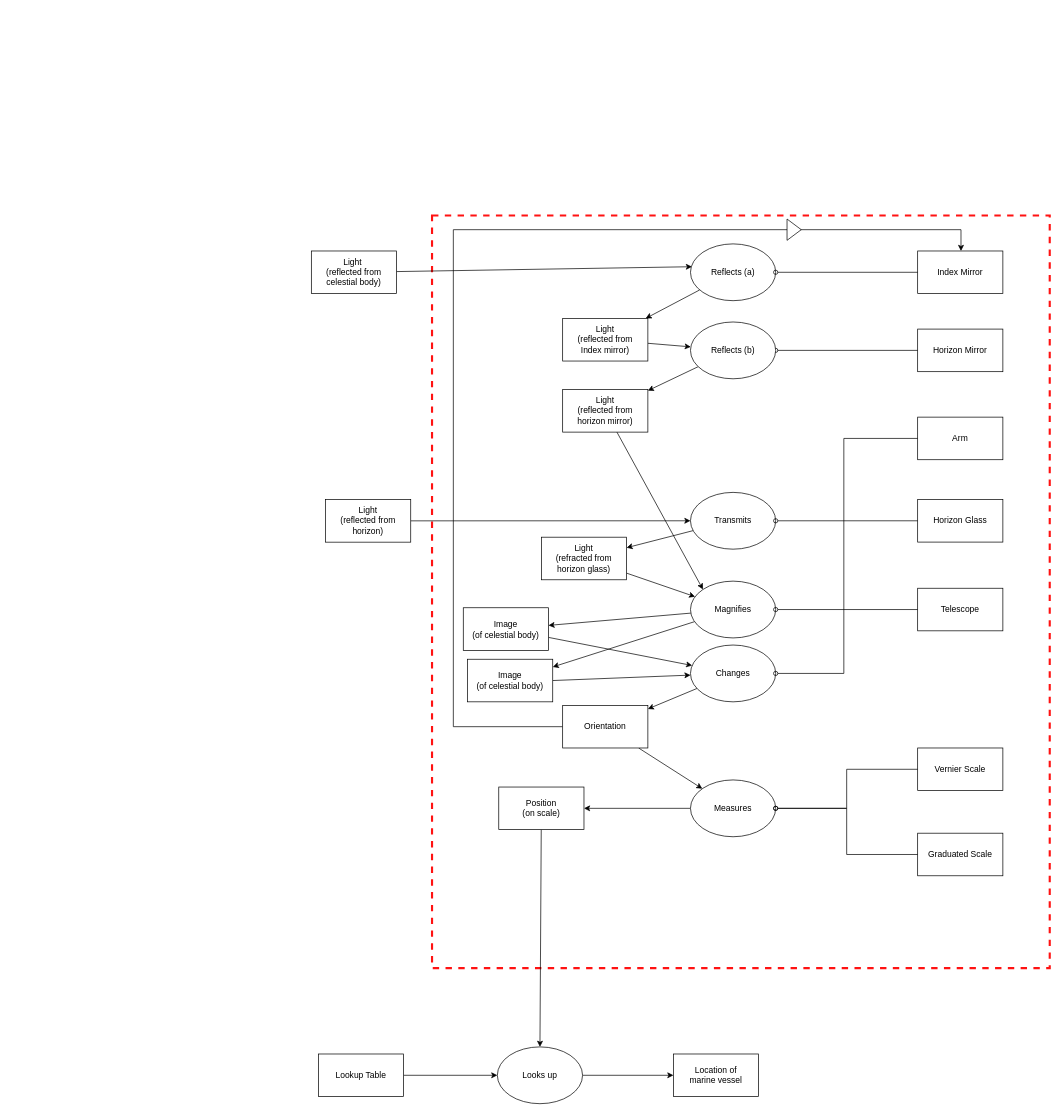
The draw.io diagram page "v2-messed-up" (1 of 3) of SDM/EM411-Sextant/value-pathway.drawio in akshitsingla/drawio-diagrams, before the edit. Source tidied: cells renumbered, new cells numbered last; positions are measured from the earlier drawing's top-left corner, leaving out a move shared by most shapes. Both pictures are drawn from the tidied source at 71%, with x=0, y=0 at pixel (311, 215).
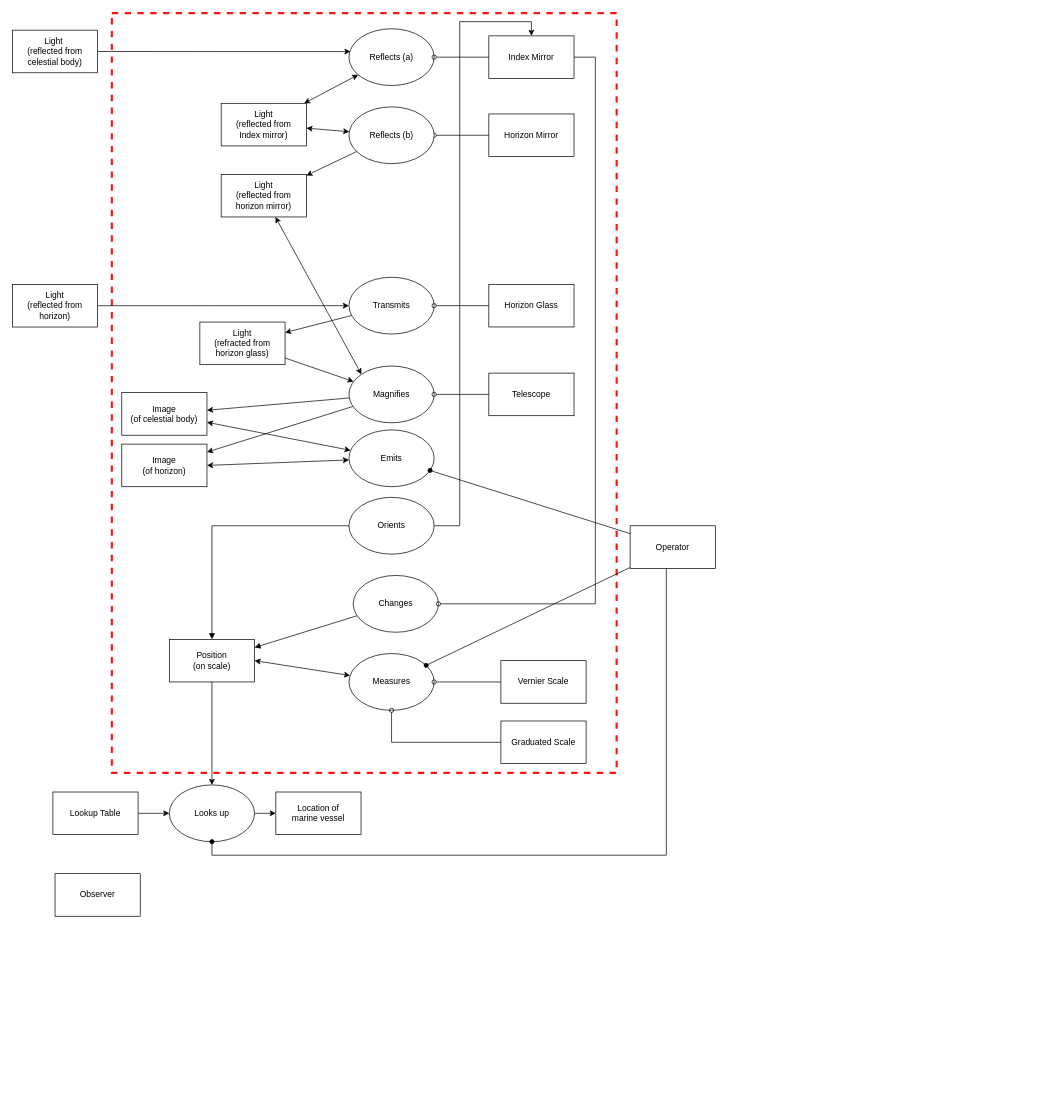
The same page after the edit.

What changed in the source:
```diff
@@
     <mxCell id="2" style="rounded=0;whiteSpace=wrap;html=1;fillColor=none;dashed=1;strokeColor=#FF1212;strokeWidth=3;" parent="1" vertex="1">
-      <mxGeometry x="170" width="870" height="1060" as="geometry" />
+      <mxGeometry x="-281" y="-285" width="711" height="1070" as="geometry" />
     </mxCell>
     <mxCell id="3" value="Index Mirror" style="rounded=0;whiteSpace=wrap;html=1;" parent="1" vertex="1">
-      <mxGeometry x="854" y="50" width="120" height="60" as="geometry" />
+      <mxGeometry x="250" y="-253" width="120" height="60" as="geometry" />
     </mxCell>
-    <mxCell id="4" value="Arm" style="rounded=0;whiteSpace=wrap;html=1;" parent="1" vertex="1">
-      <mxGeometry x="854" y="284" width="120" height="60" as="geometry" />
+    <mxCell id="4" value="Operator" style="rounded=0;whiteSpace=wrap;html=1;" parent="1" vertex="1">
+      <mxGeometry x="449" y="437" width="120" height="60" as="geometry" />
     </mxCell>
     <mxCell id="5" value="Horizon Mirror" style="rounded=0;whiteSpace=wrap;html=1;" parent="1" vertex="1">
-      <mxGeometry x="854" y="160" width="120" height="60" as="geometry" />
+      <mxGeometry x="250" y="-143" width="120" height="60" as="geometry" />
     </mxCell>
     <mxCell id="6" value="Horizon Glass" style="rounded=0;whiteSpace=wrap;html=1;" parent="1" vertex="1">
-      <mxGeometry x="854" y="400" width="120" height="60" as="geometry" />
+      <mxGeometry x="250" y="97" width="120" height="60" as="geometry" />
     </mxCell>
     <mxCell id="7" value="Telescope" style="rounded=0;whiteSpace=wrap;html=1;" parent="1" vertex="1">
-      <mxGeometry x="854" y="525" width="120" height="60" as="geometry" />
+      <mxGeometry x="250" y="222" width="120" height="60" as="geometry" />
     </mxCell>
     <mxCell id="8" value="Graduated Scale" style="rounded=0;whiteSpace=wrap;html=1;" parent="1" vertex="1">
-      <mxGeometry x="854" y="870" width="120" height="60" as="geometry" />
+      <mxGeometry x="267" y="712" width="120" height="60" as="geometry" />
     </mxCell>
     <mxCell id="9" value="Vernier Scale" style="rounded=0;whiteSpace=wrap;html=1;" parent="1" vertex="1">
-      <mxGeometry x="854" y="750" width="120" height="60" as="geometry" />
+      <mxGeometry x="267" y="627" width="120" height="60" as="geometry" />
     </mxCell>
-    <mxCell id="10" style="edgeStyle=none;rounded=0;jettySize=auto;html=1;startArrow=none;startFill=0;endArrow=classic;endFill=1;" parent="1" edge="1" source="11" target="31">
+    <mxCell id="10" style="edgeStyle=none;rounded=0;jettySize=auto;html=1;startArrow=classic;startFill=1;endArrow=classic;endFill=1;" parent="1" edge="1" source="11" target="31">
       <mxGeometry relative="1" as="geometry" />
     </mxCell>
     <mxCell id="11" value="Reflects (a)" style="ellipse;whiteSpace=wrap;html=1;" parent="1" vertex="1">
-      <mxGeometry x="534" y="40" width="120" height="80" as="geometry" />
+      <mxGeometry x="53" y="-263" width="120" height="80" as="geometry" />
     </mxCell>
-    <mxCell id="12" style="edgeStyle=none;rounded=0;jettySize=auto;html=1;startArrow=none;startFill=0;endArrow=classic;endFill=1;" parent="1" edge="1" source="13" target="42">
-      <mxGeometry relative="1" as="geometry" />
+    <mxCell id="12" style="edgeStyle=orthogonalEdgeStyle;rounded=0;jettySize=auto;html=1;startArrow=none;startFill=0;endArrow=classic;endFill=1;entryX=0.5;entryY=0;entryDx=0;entryDy=0;" parent="1" edge="1" source="56" target="3">
+      <mxGeometry relative="1" as="geometry">
+        <Array as="points">
+          <mxPoint x="209" y="437" />
+          <mxPoint x="209" y="-273" />
+          <mxPoint x="310" y="-273" />
+        </Array>
+      </mxGeometry>
     </mxCell>
-    <mxCell id="13" value="Changes" style="ellipse;whiteSpace=wrap;html=1;" parent="1" vertex="1">
-      <mxGeometry x="534" y="605" width="120" height="80" as="geometry" />
+    <mxCell id="13" value="Emits" style="ellipse;whiteSpace=wrap;html=1;" parent="1" vertex="1">
+      <mxGeometry x="53" y="302" width="120" height="80" as="geometry" />
     </mxCell>
@@
     <mxCell id="15" value="Transmits" style="ellipse;whiteSpace=wrap;html=1;" parent="1" vertex="1">
-      <mxGeometry x="534" y="390" width="120" height="80" as="geometry" />
+      <mxGeometry x="53" y="87" width="120" height="80" as="geometry" />
     </mxCell>
@@
     <mxCell id="18" value="Magnifies" style="ellipse;whiteSpace=wrap;html=1;" parent="1" vertex="1">
-      <mxGeometry x="534" y="515" width="120" height="80" as="geometry" />
+      <mxGeometry x="53" y="212" width="120" height="80" as="geometry" />
     </mxCell>
-    <mxCell id="19" style="edgeStyle=none;rounded=0;jettySize=auto;html=1;entryX=1;entryY=0.5;entryDx=0;entryDy=0;startArrow=none;startFill=0;endArrow=classic;endFill=1;" parent="1" edge="1" source="20" target="44">
+    <mxCell id="19" style="edgeStyle=none;rounded=0;jettySize=auto;html=1;entryX=1;entryY=0.5;entryDx=0;entryDy=0;startArrow=classic;startFill=1;endArrow=classic;endFill=1;" parent="1" edge="1" source="20" target="44">
       <mxGeometry relative="1" as="geometry" />
     </mxCell>
     <mxCell id="20" value="Measures" style="ellipse;whiteSpace=wrap;html=1;" parent="1" vertex="1">
-      <mxGeometry x="534" y="795" width="120" height="80" as="geometry" />
+      <mxGeometry x="53" y="617" width="120" height="80" as="geometry" />
     </mxCell>
@@
-    <mxCell id="22" style="edgeStyle=orthogonalEdgeStyle;rounded=0;jettySize=auto;html=1;startArrow=none;startFill=0;endArrow=oval;endFill=0;" parent="1" edge="1" source="4" target="13">
-      <mxGeometry relative="1" as="geometry">
-        <Array as="points">
-          <mxPoint x="750" y="314" />
-          <mxPoint x="750" y="645" />
-        </Array>
-      </mxGeometry>
-    </mxCell>
@@
     <mxCell id="29" value="Light&amp;nbsp;&lt;br&gt;(reflected from&lt;br&gt;celestial body)" style="rounded=0;whiteSpace=wrap;html=1;" parent="1" vertex="1">
-      <mxGeometry y="50" width="120" height="60" as="geometry" />
+      <mxGeometry x="-421" y="-261" width="120" height="60" as="geometry" />
     </mxCell>
-    <mxCell id="30" style="edgeStyle=none;rounded=0;jettySize=auto;html=1;startArrow=none;startFill=0;endArrow=classic;endFill=1;" parent="1" edge="1" source="31" target="39">
+    <mxCell id="30" style="edgeStyle=none;rounded=0;jettySize=auto;html=1;startArrow=classic;startFill=1;endArrow=classic;endFill=1;" parent="1" edge="1" source="31" target="39">
       <mxGeometry relative="1" as="geometry" />
     </mxCell>
     <mxCell id="31" value="Light&lt;br&gt;(reflected from &lt;br&gt;Index mirror)" style="rounded=0;whiteSpace=wrap;html=1;" parent="1" vertex="1">
-      <mxGeometry x="354" y="145" width="120" height="60" as="geometry" />
+      <mxGeometry x="-127" y="-158" width="120" height="60" as="geometry" />
     </mxCell>
@@
     <mxCell id="33" value="Light&lt;br&gt;(reflected from &lt;br&gt;horizon)" style="rounded=0;whiteSpace=wrap;html=1;" parent="1" vertex="1">
-      <mxGeometry x="20" y="400.1" width="120" height="60" as="geometry" />
+      <mxGeometry x="-421" y="97.1" width="120" height="60" as="geometry" />
     </mxCell>
@@
     <mxCell id="35" value="Light&lt;br&gt;(refracted from &lt;br&gt;horizon glass)" style="rounded=0;whiteSpace=wrap;html=1;" parent="1" vertex="1">
-      <mxGeometry x="324" y="453.1" width="120" height="60" as="geometry" />
+      <mxGeometry x="-157" y="150.1" width="120" height="60" as="geometry" />
     </mxCell>
-    <mxCell id="36" style="edgeStyle=none;rounded=0;jettySize=auto;html=1;startArrow=none;startFill=0;endArrow=classic;endFill=1;entryX=0;entryY=0;entryDx=0;entryDy=0;" parent="1" edge="1" source="37" target="18">
+    <mxCell id="36" style="edgeStyle=none;rounded=0;jettySize=auto;html=1;startArrow=classic;startFill=1;endArrow=classic;endFill=1;entryX=0;entryY=0;entryDx=0;entryDy=0;" parent="1" edge="1" source="37" target="18">
       <mxGeometry relative="1" as="geometry" />
     </mxCell>
     <mxCell id="37" value="Light&lt;br&gt;(reflected from &lt;br&gt;horizon mirror)" style="rounded=0;whiteSpace=wrap;html=1;" parent="1" vertex="1">
-      <mxGeometry x="354" y="245.1" width="120" height="60" as="geometry" />
+      <mxGeometry x="-127" y="-57.9" width="120" height="60" as="geometry" />
     </mxCell>
@@
     <mxCell id="39" value="Reflects (b)" style="ellipse;whiteSpace=wrap;html=1;" parent="1" vertex="1">
-      <mxGeometry x="534" y="150" width="120" height="80" as="geometry" />
+      <mxGeometry x="53" y="-153" width="120" height="80" as="geometry" />
     </mxCell>
-    <mxCell id="40" style="edgeStyle=orthogonalEdgeStyle;rounded=0;jettySize=auto;html=1;startArrow=none;startFill=0;endArrow=classic;endFill=1;" parent="1" edge="1" source="42" target="3">
-      <mxGeometry relative="1" as="geometry">
-        <Array as="points">
-          <mxPoint x="200" y="720" />
-          <mxPoint x="200" y="20" />
-          <mxPoint x="915" y="20" />
-        </Array>
-      </mxGeometry>
-    </mxCell>
-    <mxCell id="41" style="edgeStyle=none;rounded=0;jettySize=auto;html=1;startArrow=none;startFill=0;endArrow=classic;endFill=1;" parent="1" edge="1" source="42" target="20">
-      <mxGeometry relative="1" as="geometry" />
-    </mxCell>
-    <mxCell id="42" value="Orientation" style="rounded=0;whiteSpace=wrap;html=1;" parent="1" vertex="1">
-      <mxGeometry x="354" y="690" width="120" height="60" as="geometry" />
-    </mxCell>
@@
     <mxCell id="44" value="Position&lt;br&gt;(on scale)" style="rounded=0;whiteSpace=wrap;html=1;" parent="1" vertex="1">
-      <mxGeometry x="264" y="805" width="120" height="60" as="geometry" />
+      <mxGeometry x="-200" y="597" width="120" height="60" as="geometry" />
     </mxCell>
-    <mxCell id="45" style="triangle;whiteSpace=wrap;html=1;" parent="1" vertex="1">
-      <mxGeometry x="670" y="5" width="20" height="30" as="geometry" />
-    </mxCell>
-    <mxCell id="46" style="edgeStyle=none;rounded=0;jettySize=auto;html=1;startArrow=none;startFill=0;endArrow=classic;endFill=1;" parent="1" edge="1" source="47" target="13">
+    <mxCell id="46" style="edgeStyle=none;rounded=0;jettySize=auto;html=1;startArrow=classic;startFill=1;endArrow=classic;endFill=1;" parent="1" edge="1" source="47" target="13">
       <mxGeometry relative="1" as="geometry" />
     </mxCell>
     <mxCell id="47" value="Image&lt;br&gt;(of celestial body)" style="rounded=0;whiteSpace=wrap;html=1;" parent="1" vertex="1">
-      <mxGeometry x="214" y="552.5" width="120" height="60" as="geometry" />
+      <mxGeometry x="-267" y="249.5" width="120" height="60" as="geometry" />
     </mxCell>
-    <mxCell id="48" style="edgeStyle=none;rounded=0;jettySize=auto;html=1;startArrow=none;startFill=0;endArrow=classic;endFill=1;exitX=1;exitY=0.5;exitDx=0;exitDy=0;" parent="1" edge="1" source="49" target="13">
+    <mxCell id="48" style="edgeStyle=none;rounded=0;jettySize=auto;html=1;startArrow=classic;startFill=1;endArrow=classic;endFill=1;exitX=1;exitY=0.5;exitDx=0;exitDy=0;" parent="1" edge="1" source="49" target="13">
       <mxGeometry relative="1" as="geometry" />
     </mxCell>
-    <mxCell id="49" value="Image&lt;br&gt;(of celestial body)" style="rounded=0;whiteSpace=wrap;html=1;" parent="1" vertex="1">
-      <mxGeometry x="220" y="625" width="120" height="60" as="geometry" />
+    <mxCell id="49" value="Image&lt;br&gt;(of horizon)" style="rounded=0;whiteSpace=wrap;html=1;" parent="1" vertex="1">
+      <mxGeometry x="-267" y="322" width="120" height="60" as="geometry" />
     </mxCell>
@@
     <mxCell id="51" value="Looks up" style="ellipse;whiteSpace=wrap;html=1;strokeColor=#000000;strokeWidth=1;fillColor=#ffffff;" parent="1" vertex="1">
-      <mxGeometry x="262" y="1171" width="120" height="80" as="geometry" />
+      <mxGeometry x="-200" y="802" width="120" height="80" as="geometry" />
     </mxCell>
@@
     <mxCell id="53" value="Lookup Table" style="rounded=0;whiteSpace=wrap;html=1;strokeColor=#000000;strokeWidth=1;fillColor=#ffffff;" parent="1" vertex="1">
-      <mxGeometry x="10" y="1181" width="120" height="60" as="geometry" />
+      <mxGeometry x="-364" y="812" width="120" height="60" as="geometry" />
     </mxCell>
     <mxCell id="54" value="Location of &lt;br&gt;marine vessel" style="rounded=0;whiteSpace=wrap;html=1;strokeColor=#000000;strokeWidth=1;fillColor=#ffffff;" parent="1" vertex="1">
-      <mxGeometry x="510" y="1181" width="120" height="60" as="geometry" />
+      <mxGeometry x="-50" y="812" width="120" height="60" as="geometry" />
     </mxCell>
+    <mxCell id="55" style="edgeStyle=orthogonalEdgeStyle;rounded=0;jettySize=auto;html=1;entryX=0.5;entryY=0;entryDx=0;entryDy=0;startArrow=none;startFill=0;endArrow=block;endFill=1;" parent="1" edge="1" source="56" target="44">
+      <mxGeometry relative="1" as="geometry" />
+    </mxCell>
+    <mxCell id="56" value="Orients" style="ellipse;whiteSpace=wrap;html=1;" parent="1" vertex="1">
+      <mxGeometry x="53" y="397" width="120" height="80" as="geometry" />
+    </mxCell>
+    <mxCell id="57" style="edgeStyle=none;rounded=0;jettySize=auto;html=1;startArrow=none;startFill=0;endArrow=block;endFill=1;" parent="1" edge="1" source="58" target="44">
+      <mxGeometry relative="1" as="geometry" />
+    </mxCell>
+    <mxCell id="58" value="Changes" style="ellipse;whiteSpace=wrap;html=1;" parent="1" vertex="1">
+      <mxGeometry x="59" y="507" width="120" height="80" as="geometry" />
+    </mxCell>
+    <mxCell id="59" style="edgeStyle=orthogonalEdgeStyle;rounded=0;jettySize=auto;html=1;startArrow=none;startFill=0;endArrow=oval;endFill=0;" parent="1" edge="1" source="3" target="58">
+      <mxGeometry relative="1" as="geometry">
+        <Array as="points">
+          <mxPoint x="400" y="-223" />
+          <mxPoint x="400" y="547" />
+        </Array>
+      </mxGeometry>
+    </mxCell>
+    <mxCell id="60" style="edgeStyle=orthogonalEdgeStyle;rounded=0;jettySize=auto;html=1;entryX=0.5;entryY=1;entryDx=0;entryDy=0;startArrow=none;startFill=0;endArrow=oval;endFill=1;" parent="1" edge="1" source="4" target="51">
+      <mxGeometry relative="1" as="geometry">
+        <Array as="points">
+          <mxPoint x="500" y="901" />
+          <mxPoint x="-140" y="901" />
+        </Array>
+      </mxGeometry>
+    </mxCell>
+    <mxCell id="61" value="Observer" style="rounded=0;whiteSpace=wrap;html=1;" parent="1" vertex="1">
+      <mxGeometry x="-361" y="927" width="120" height="60" as="geometry" />
+    </mxCell>
+    <mxCell id="22" style="edgeStyle=none;rounded=0;jettySize=auto;html=1;startArrow=none;startFill=0;endArrow=oval;endFill=1;" parent="1" edge="1" source="4" target="13">
+      <mxGeometry relative="1" as="geometry" />
+    </mxCell>
+    <mxCell id="62" style="rounded=0;jettySize=auto;html=1;startArrow=none;startFill=0;endArrow=oval;endFill=1;" parent="1" edge="1" source="4" target="20">
+      <mxGeometry relative="1" as="geometry" />
+    </mxCell>
```
